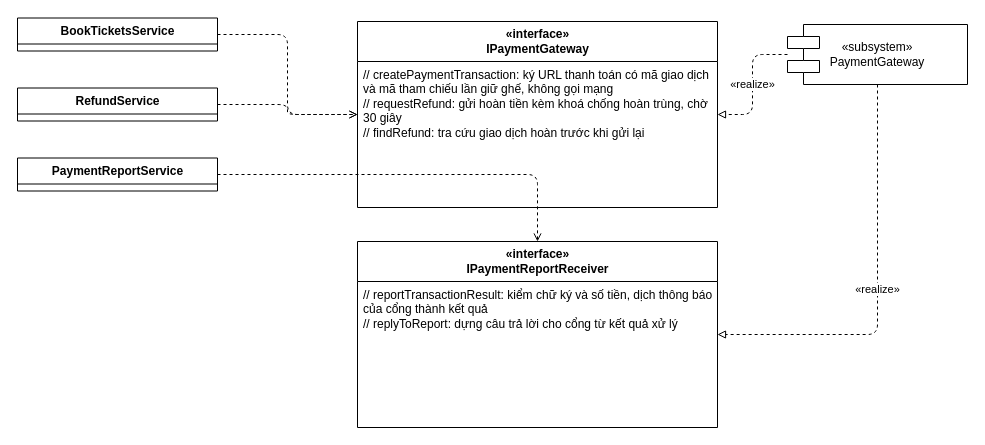
Above: page "P10-subsystem-context-SS-01" (1 of 5) of design/diagrams/P10-subsystem-context.drawio in luytbq/app-dat-ve-xem-phim (draw.io), before the change. Source tidied: cells renumbered, new cells numbered last; positions are measured from the earlier drawing's top-left corner, leaving out a move shared by most shapes. Both pictures are drawn from the tidied source at 100%, with x=0, y=0 at pixel (17, 18).
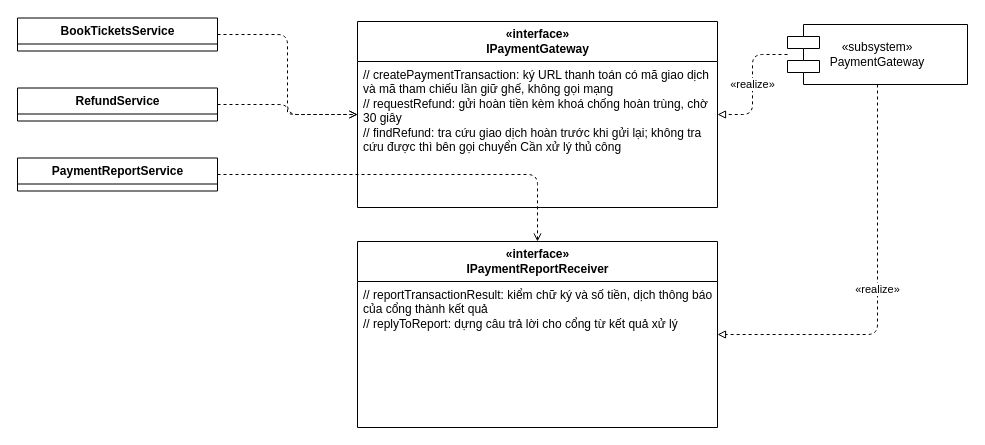
The same diagram, later.

The edit, as a diff of the source:
```diff
@@
 <mxGraphModel>
   <root>
     <mxCell id="0" />
     <mxCell id="1" parent="0" />
     <mxCell id="2" value="BookTicketsService" style="swimlane;fontStyle=1;align=center;horizontal=1;startSize=26;html=1;" parent="1" vertex="1">
       <mxGeometry y="-0.5" width="200" height="33" as="geometry" />
     </mxCell>
     <mxCell id="3" value="RefundService" style="swimlane;fontStyle=1;align=center;horizontal=1;startSize=26;html=1;" parent="1" vertex="1">
       <mxGeometry y="69.5" width="200" height="33" as="geometry" />
     </mxCell>
     <mxCell id="4" value="PaymentReportService" style="swimlane;fontStyle=1;align=center;horizontal=1;startSize=26;html=1;" parent="1" vertex="1">
       <mxGeometry y="139.5" width="200" height="33" as="geometry" />
     </mxCell>
     <mxCell id="5" value="«interface»&lt;br&gt;IPaymentGateway" style="swimlane;fontStyle=1;align=center;horizontal=1;startSize=40;html=1;" parent="1" vertex="1">
       <mxGeometry x="340" y="3" width="360" height="186" as="geometry" />
     </mxCell>
-    <mxCell id="6" value="// createPaymentTransaction: ký URL thanh toán có mã giao dịch và mã tham chiếu lần giữ ghế, không gọi mạng&lt;br&gt;// requestRefund: gửi hoàn tiền kèm khoá chống hoàn trùng, chờ 30 giây&lt;br&gt;// findRefund: tra cứu giao dịch hoàn trước khi gửi lại" style="text;strokeColor=none;fillColor=none;align=left;verticalAlign=top;spacingLeft=4;whiteSpace=wrap;html=1;" parent="5" vertex="1">
+    <mxCell id="6" value="// createPaymentTransaction: ký URL thanh toán có mã giao dịch và mã tham chiếu lần giữ ghế, không gọi mạng&lt;br&gt;// requestRefund: gửi hoàn tiền kèm khoá chống hoàn trùng, chờ 30 giây&lt;br&gt;// findRefund: tra cứu giao dịch hoàn trước khi gửi lại; không tra cứu được thì bên gọi chuyển Cần xử lý thủ công" style="text;strokeColor=none;fillColor=none;align=left;verticalAlign=top;spacingLeft=4;whiteSpace=wrap;html=1;" parent="5" vertex="1">
       <mxGeometry y="40" width="360" height="146" as="geometry" />
     </mxCell>
     <mxCell id="7" value="«interface»&lt;br&gt;IPaymentReportReceiver" style="swimlane;fontStyle=1;align=center;horizontal=1;startSize=40;html=1;" parent="1" vertex="1">
       <mxGeometry x="340" y="223" width="360" height="186" as="geometry" />
     </mxCell>
     <mxCell id="8" value="// reportTransactionResult: kiểm chữ ký và số tiền, dịch thông báo của cổng thành kết quả&lt;br&gt;// replyToReport: dựng câu trả lời cho cổng từ kết quả xử lý" style="text;strokeColor=none;fillColor=none;align=left;verticalAlign=top;spacingLeft=4;whiteSpace=wrap;html=1;" parent="7" vertex="1">
       <mxGeometry y="40" width="360" height="92" as="geometry" />
     </mxCell>
     <mxCell id="9" value="«subsystem»&lt;br&gt;PaymentGateway" style="shape=component;whiteSpace=wrap;html=1;" parent="1" vertex="1">
       <mxGeometry x="770" y="6" width="180" height="60" as="geometry" />
     </mxCell>
     <mxCell id="10" value="«realize»" style="edgeStyle=orthogonalEdgeStyle;endArrow=block;endFill=0;dashed=1;html=1;" parent="1" edge="1" source="9" target="5">
       <mxGeometry relative="1" as="geometry" />
     </mxCell>
     <mxCell id="11" value="«realize»" style="edgeStyle=orthogonalEdgeStyle;endArrow=block;endFill=0;dashed=1;html=1;exitX=0.5;exitY=1;exitDx=0;exitDy=0;entryX=1;entryY=0.5;entryDx=0;entryDy=0;" parent="1" edge="1" source="9" target="7">
       <mxGeometry relative="1" as="geometry">
         <Array as="points">
           <mxPoint x="860" y="316" />
         </Array>
       </mxGeometry>
     </mxCell>
     <mxCell id="12" style="edgeStyle=orthogonalEdgeStyle;endArrow=open;dashed=1;html=1;" parent="1" edge="1" source="2" target="5">
       <mxGeometry relative="1" as="geometry" />
     </mxCell>
     <mxCell id="13" style="edgeStyle=orthogonalEdgeStyle;endArrow=open;dashed=1;html=1;" parent="1" edge="1" source="3" target="5">
       <mxGeometry relative="1" as="geometry" />
     </mxCell>
     <mxCell id="14" style="edgeStyle=orthogonalEdgeStyle;endArrow=open;dashed=1;html=1;" parent="1" edge="1" source="4" target="7">
       <mxGeometry relative="1" as="geometry" />
     </mxCell>
   </root>
 </mxGraphModel>
```
